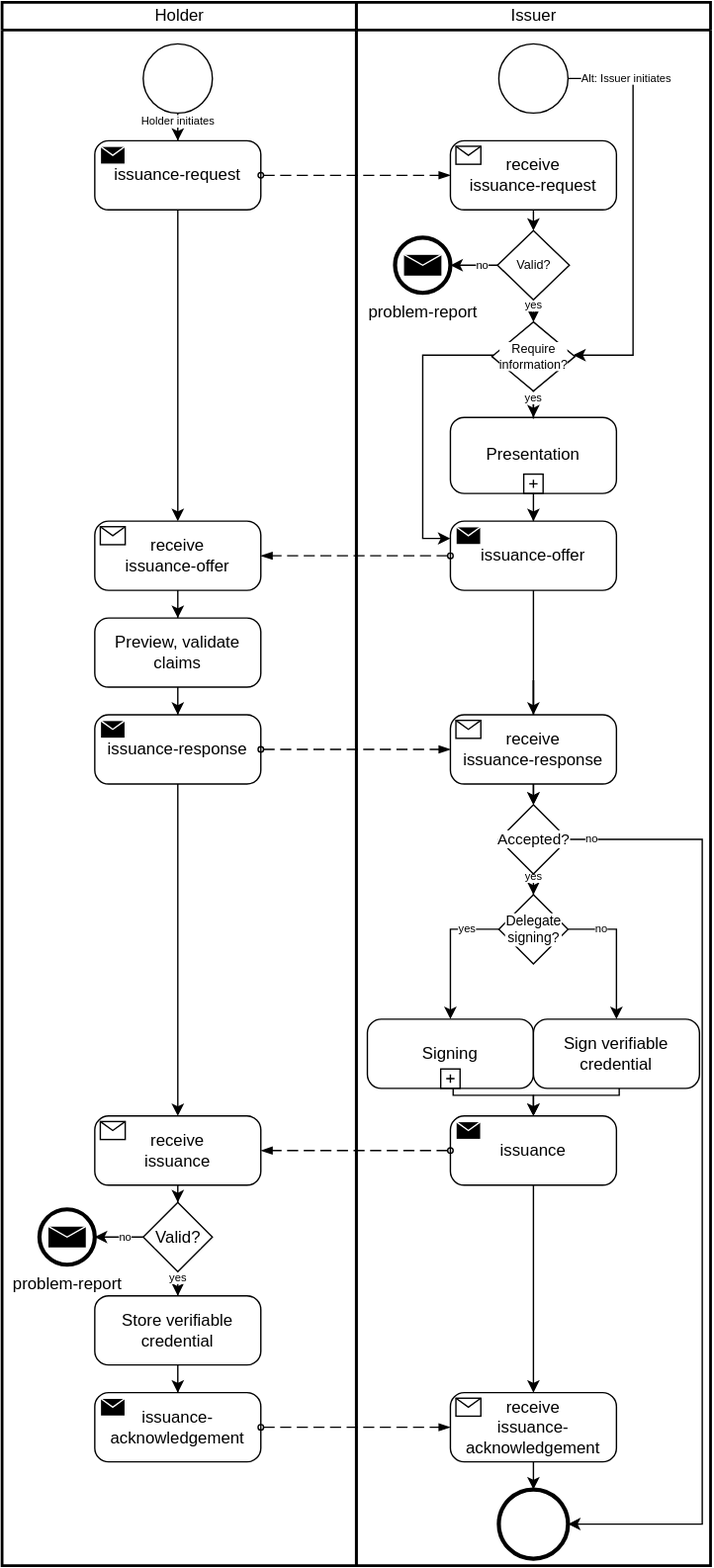
Above: documentation/static/img/didcomm/issuance.drawio.svg in iotaledger/identity.rs (draw.io), before the change. Source tidied: cells renumbered, new cells last; positions are measured from the earlier drawing's top-left corner, leaving out a move shared by most shapes.
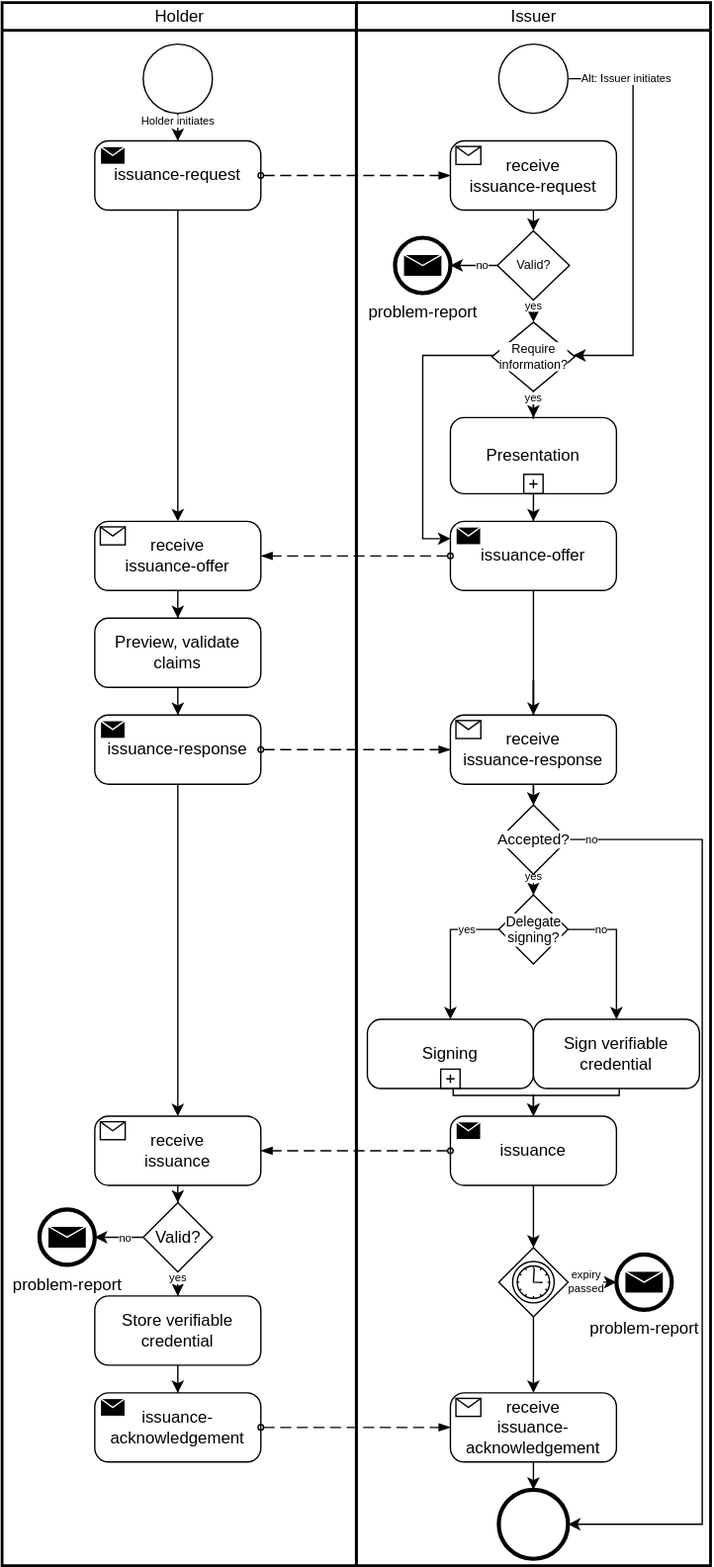
After the change.

Commit message:
problem reports

Diff of the diagram source:
```diff
@@ -42,9 +42,6 @@
         <mxPoint x="128" y="490" as="sourcePoint" />
       </mxGeometry>
     </mxCell>
-    <mxCell id="10" style="edgeStyle=orthogonalEdgeStyle;rounded=0;jettySize=auto;html=1;fontSize=8;" parent="2" edge="1" source="11" target="31">
-      <mxGeometry relative="1" as="geometry" />
-    </mxCell>
     <mxCell id="11" value="issuance" style="points=[[0.25,0,0],[0.5,0,0],[0.75,0,0],[1,0.25,0],[1,0.5,0],[1,0.75,0],[0.75,1,0],[0.5,1,0],[0.25,1,0],[0,0.75,0],[0,0.5,0],[0,0.25,0]];shape=mxgraph.bpmn.task;whiteSpace=wrap;rectStyle=rounded;size=10;taskMarker=send;" parent="2" vertex="1">
       <mxGeometry x="68" y="805" width="120" height="50" as="geometry" />
     </mxCell>
@@ -190,6 +187,26 @@
     <mxCell id="45" value="problem-report" style="points=[[0.145,0.145,0],[0.5,0,0],[0.855,0.145,0],[1,0.5,0],[0.855,0.855,0],[0.5,1,0],[0.145,0.855,0],[0,0.5,0]];shape=mxgraph.bpmn.event;html=1;verticalLabelPosition=bottom;labelBackgroundColor=#ffffff;verticalAlign=top;align=center;perimeter=ellipsePerimeter;outlineConnect=0;outline=end;symbol=message;fillColor=#ffffff;" parent="2" vertex="1">
       <mxGeometry x="28" y="170" width="40" height="40" as="geometry" />
     </mxCell>
+    <mxCell id="74" style="edgeStyle=orthogonalEdgeStyle;rounded=0;jettySize=auto;html=1;entryX=0.5;entryY=0;entryDx=0;entryDy=0;entryPerimeter=0;" parent="2" edge="1" source="77" target="31">
+      <mxGeometry relative="1" as="geometry" />
+    </mxCell>
+    <mxCell id="10" style="edgeStyle=orthogonalEdgeStyle;rounded=0;jettySize=auto;html=1;fontSize=8;" parent="2" edge="1" source="11" target="77">
+      <mxGeometry relative="1" as="geometry" />
+    </mxCell>
+    <mxCell id="75" style="edgeStyle=orthogonalEdgeStyle;rounded=0;jettySize=auto;html=1;" parent="2" edge="1" source="77" target="78">
+      <mxGeometry relative="1" as="geometry" />
+    </mxCell>
+    <mxCell id="76" value="expiry &lt;br style=&quot;font-size: 8px;&quot;&gt;passed" style="edgeLabel;html=1;align=center;verticalAlign=middle;fontSize=8;" parent="75" vertex="1">
+      <mxGeometry x="-0.27" relative="1" as="geometry">
+        <mxPoint x="-4" as="offset" />
+      </mxGeometry>
+    </mxCell>
+    <mxCell id="77" style="points=[[0.25,0.25,0],[0.5,0,0],[0.75,0.25,0],[1,0.5,0],[0.75,0.75,0],[0.5,1,0],[0.25,0.75,0],[0,0.5,0]];shape=mxgraph.bpmn.gateway2;html=1;verticalLabelPosition=bottom;labelBackgroundColor=#ffffff;verticalAlign=top;align=center;perimeter=rhombusPerimeter;outlineConnect=0;outline=eventInt;symbol=timer;" parent="2" vertex="1">
+      <mxGeometry x="103" y="900" width="50" height="50" as="geometry" />
+    </mxCell>
+    <mxCell id="78" value="problem-report" style="points=[[0.145,0.145,0],[0.5,0,0],[0.855,0.145,0],[1,0.5,0],[0.855,0.855,0],[0.5,1,0],[0.145,0.855,0],[0,0.5,0]];shape=mxgraph.bpmn.event;html=1;verticalLabelPosition=bottom;labelBackgroundColor=#ffffff;verticalAlign=top;align=center;perimeter=ellipsePerimeter;outlineConnect=0;outline=end;symbol=message;fillColor=#ffffff;" parent="2" vertex="1">
+      <mxGeometry x="188" y="905" width="40" height="40" as="geometry" />
+    </mxCell>
     <mxCell id="46" value="Holder" style="swimlane;html=1;startSize=20;fontStyle=0;horizontal=1;swimlaneLine=1;strokeWidth=2;swimlaneFillColor=#ffffff;" parent="1" vertex="1">
       <mxGeometry width="256" height="1130" as="geometry" />
     </mxCell>
```
